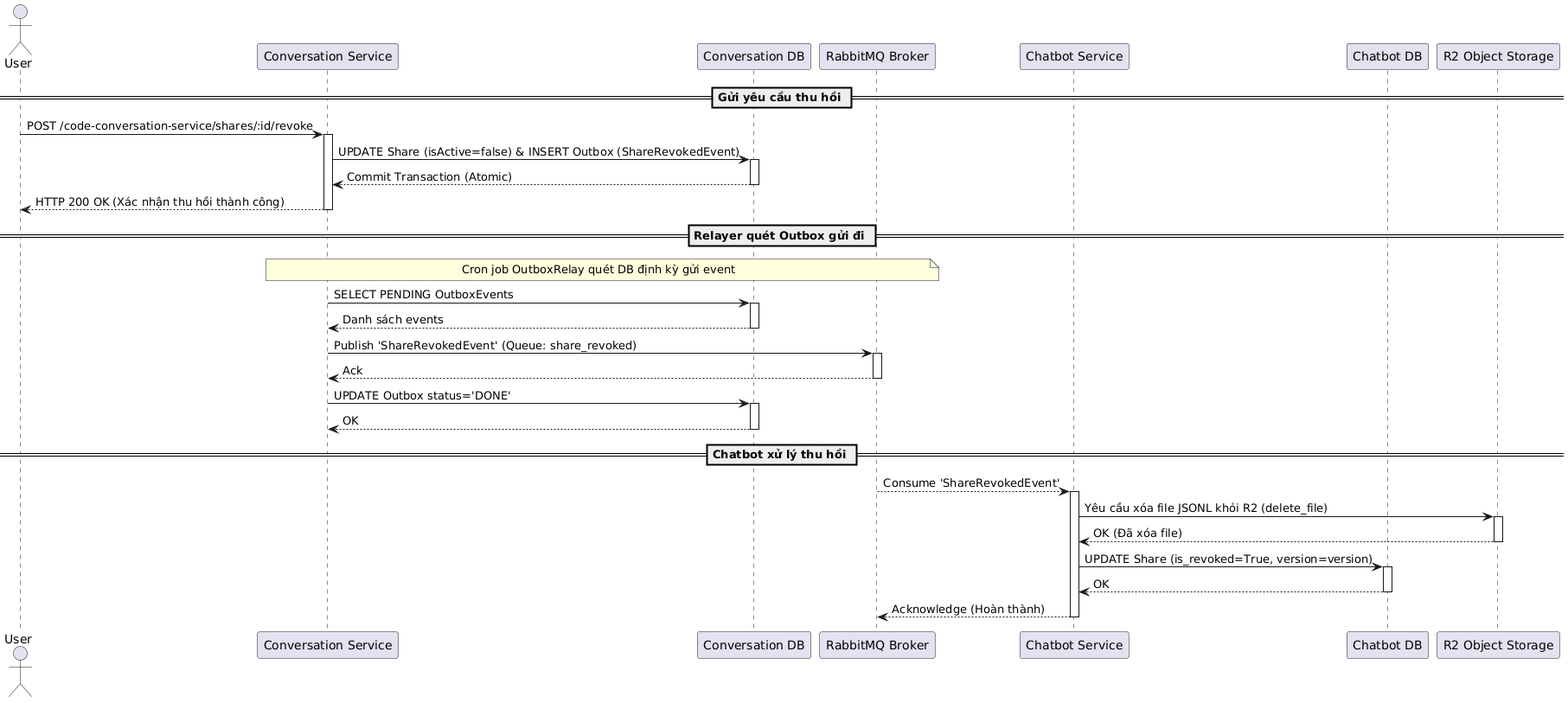
This is temp/05-sequence/UML-Sequence-20.png from 20206205Tech/docs-uml, a PlantUML export, as it was before one commit.
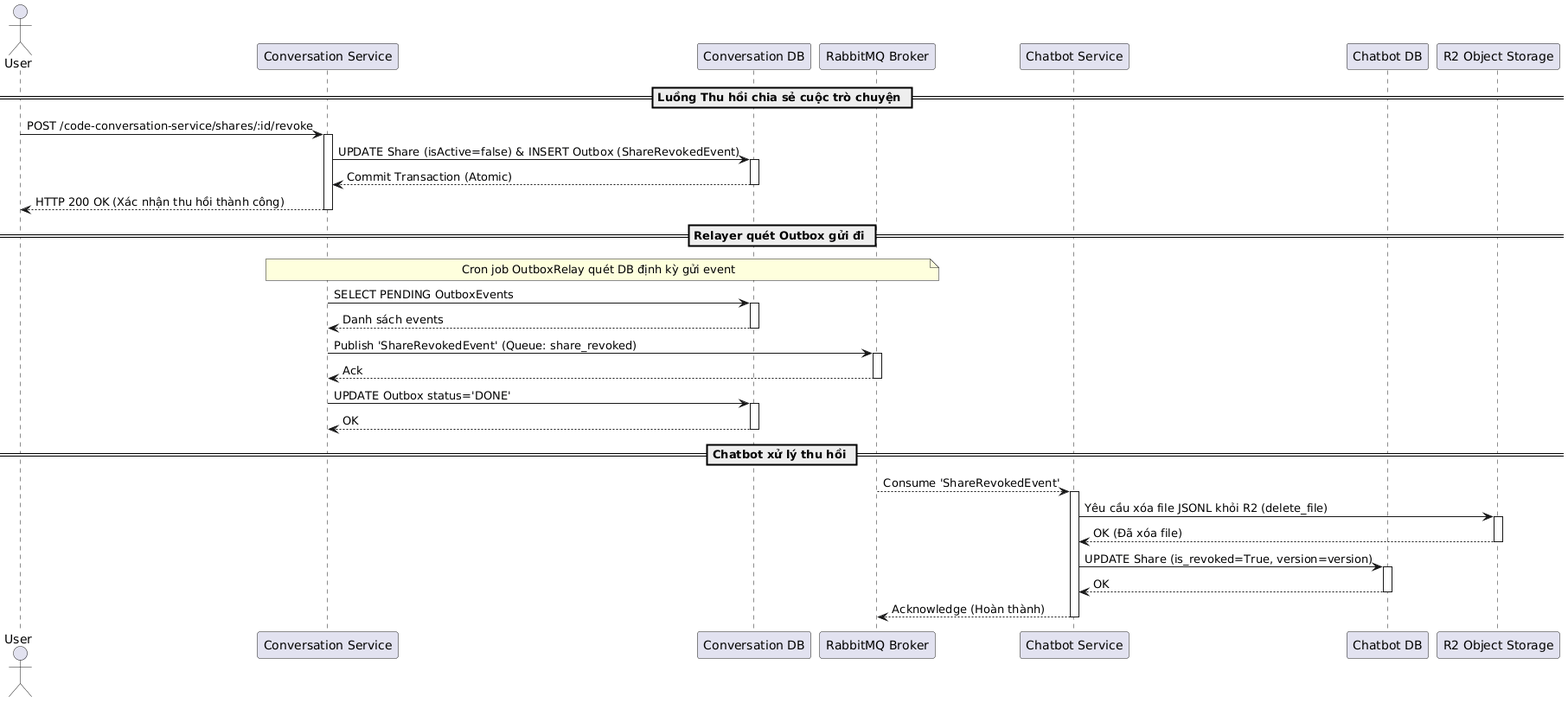
Above is the later version.

What changed in the source:
```diff
@@ -7,7 +7,7 @@
 participant "Chatbot DB" as ChatbotDB
 participant "R2 Object Storage" as R2
 
-== Gửi yêu cầu thu hồi ==
+== Luồng Thu hồi chia sẻ cuộc trò chuyện ==
 User -> Conv: POST /code-conversation-service/shares/:id/revoke
 activate Conv
 
```
